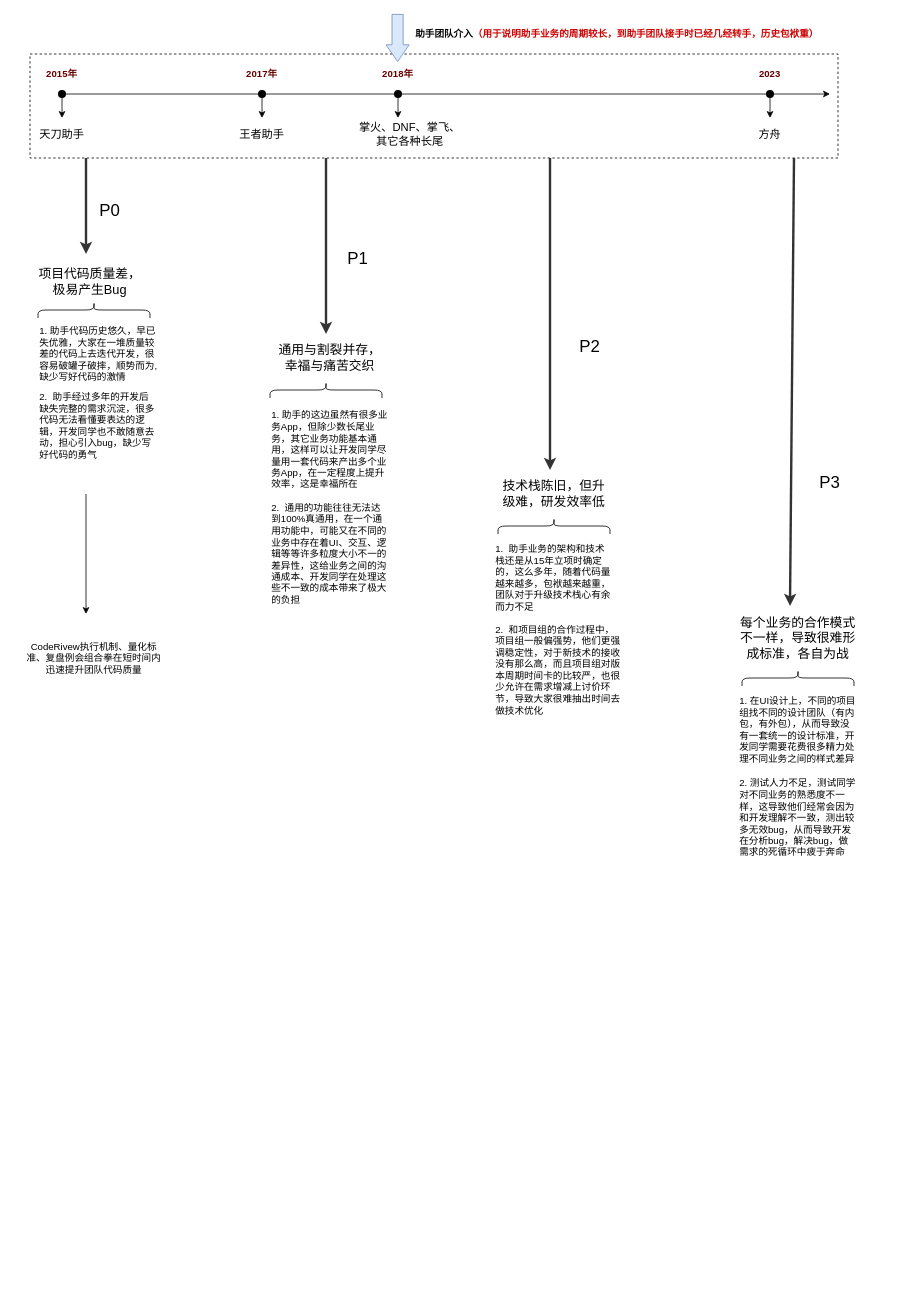
skindhu/9GAG keeps this draw.io diagram as 助手研效.drawio. Above is the earlier version. Source tidied: cells renumbered, new cells numbered last; positions are measured from the earlier drawing's top-left corner, leaving out a move shared by most shapes. Both pictures are drawn from the tidied source at 80%, with x=0, y=0 at pixel (22, 14).
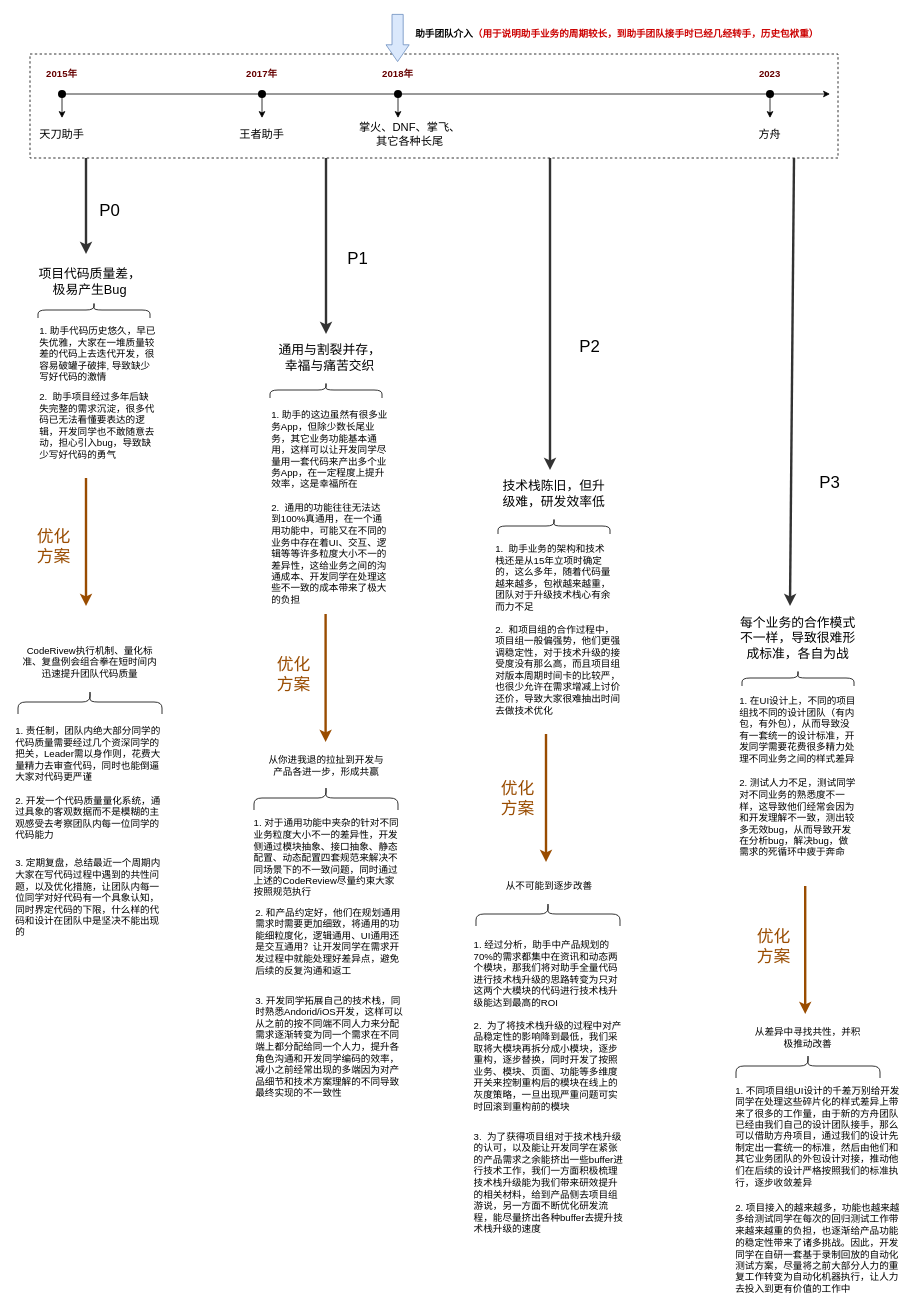
The same page after the edit.

Commit message:
更新助手研效.drawio

The edit, as a diff of the source:
```diff
@@
-    <mxCell id="26" value="1. 助手代码历史悠久，早已失优雅，大家在一堆质量较差的代码上去迭代开发，很容易破罐子破摔，顺势而为,缺少写好代码的激情" style="text;html=1;strokeColor=none;fillColor=none;align=left;verticalAlign=middle;whiteSpace=wrap;rounded=0;" parent="1" vertex="1">
+    <mxCell id="26" value="1. 助手代码历史悠久，早已失优雅，大家在一堆质量较差的代码上去迭代开发，很容易破罐子破摔, 导致缺少写好代码的激情" style="text;html=1;strokeColor=none;fillColor=none;align=left;verticalAlign=middle;whiteSpace=wrap;rounded=0;" parent="1" vertex="1">
       <mxGeometry x="20" y="410" width="150" height="30" as="geometry" />
     </mxCell>
-    <mxCell id="27" value="2.&amp;nbsp; 助手经过多年的开发后缺失完整的需求沉淀，很多代码无法看懂要表达的逻辑，开发同学也不敢随意去动，担心引入bug，缺少写好代码的勇气" style="text;html=1;strokeColor=none;fillColor=none;align=left;verticalAlign=middle;whiteSpace=wrap;rounded=0;" parent="1" vertex="1">
+    <mxCell id="27" value="2.&amp;nbsp; 助手项目经过多年后缺失完整的需求沉淀，很多代码已无法看懂要表达的逻辑，开发同学也不敢随意去动，担心引入bug，导致缺少写好代码的勇气" style="text;html=1;strokeColor=none;fillColor=none;align=left;verticalAlign=middle;whiteSpace=wrap;rounded=0;" parent="1" vertex="1">
       <mxGeometry x="20" y="500" width="150" height="30" as="geometry" />
     </mxCell>
@@
-    <mxCell id="39" value="2.&amp;nbsp; 和项目组的合作过程中，项目组一般偏强势，他们更强调稳定性，对于新技术的接收没有那么高，而且项目组对版本周期时间卡的比较严，也很少允许在需求增减上讨价环节，导致大家很难抽出时间去做技术优化" style="text;html=1;strokeColor=none;fillColor=none;align=left;verticalAlign=middle;whiteSpace=wrap;rounded=0;" parent="1" vertex="1">
+    <mxCell id="39" value="2.&amp;nbsp; 和项目组的合作过程中，项目组一般偏强势，他们更强调稳定性，对于技术升级的接受度没有那么高，而且项目组对版本周期时间卡的比较严，也很少允许在需求增减上讨价还价，导致大家很难抽出时间去做技术优化" style="text;html=1;strokeColor=none;fillColor=none;align=left;verticalAlign=middle;whiteSpace=wrap;rounded=0;" parent="1" vertex="1">
       <mxGeometry x="590" y="790" width="160" height="60" as="geometry" />
     </mxCell>
@@
     <mxCell id="46" value="CodeRivew执行机制、量化标准、复盘例会组合拳在短时间内迅速提升团队代码质量" style="text;html=1;strokeColor=none;fillColor=none;align=center;verticalAlign=middle;whiteSpace=wrap;rounded=0;" parent="1" vertex="1">
-      <mxGeometry y="740" width="180" height="130" as="geometry" />
+      <mxGeometry y="770" width="170" height="80" as="geometry" />
     </mxCell>
-    <mxCell id="47" style="endArrow=classic;html=1;rounded=0;" parent="1" edge="1">
-      <mxGeometry relative="1" as="geometry">
-        <mxPoint x="80" y="600" as="sourcePoint" />
-        <mxPoint x="80" y="750" as="targetPoint" />
-      </mxGeometry>
-    </mxCell>
+    <mxCell id="48" style="endArrow=classic;html=1;rounded=0;strokeWidth=3;strokeColor=#994C00;fontColor=#FF8000;" parent="1" edge="1">
+      <mxGeometry relative="1" as="geometry">
+        <mxPoint x="80" y="580" as="sourcePoint" />
+        <mxPoint x="80" y="740" as="targetPoint" />
+      </mxGeometry>
+    </mxCell>
+    <mxCell id="49" style="shape=curlyBracket;whiteSpace=wrap;html=1;rounded=1;flipH=1;labelPosition=right;verticalLabelPosition=middle;align=left;verticalAlign=middle;rotation=-90;" parent="1" vertex="1">
+      <mxGeometry x="70" y="770" width="30" height="180" as="geometry" />
+    </mxCell>
+    <mxCell id="50" value="1. 责任制，团队内绝大部分同学的代码质量需要经过几个资深同学的把关，Leader需以身作则，花费大量精力去审查代码，同时也能倒逼大家对代码更严谨" style="text;html=1;strokeColor=none;fillColor=none;align=left;verticalAlign=middle;whiteSpace=wrap;rounded=0;" parent="1" vertex="1">
+      <mxGeometry x="-10" y="910" width="190" height="30" as="geometry" />
+    </mxCell>
+    <mxCell id="51" value="2. 开发一个代码质量量化系统，通过具象的客观数据而不是模糊的主观感受去考察团队内每一位同学的代码能力" style="text;html=1;strokeColor=none;fillColor=none;align=left;verticalAlign=middle;whiteSpace=wrap;rounded=0;" parent="1" vertex="1">
+      <mxGeometry x="-10" y="990" width="190" height="30" as="geometry" />
+    </mxCell>
+    <mxCell id="52" value="3. 定期复盘，总结最近一个周期内大家在写代码过程中遇到的共性问题，以及优化措施，让团队内每一位同学对好代码有一个具象认知，同时界定代码的下限，什么样的代码和设计在团队中是坚决不能出现的" style="text;html=1;strokeColor=none;fillColor=none;align=left;verticalAlign=middle;whiteSpace=wrap;rounded=0;" parent="1" vertex="1">
+      <mxGeometry x="-10" y="1090" width="190" height="30" as="geometry" />
+    </mxCell>
+    <mxCell id="53" value="优化方案" style="text;html=1;strokeColor=none;fillColor=none;align=center;verticalAlign=middle;whiteSpace=wrap;rounded=0;strokeWidth=2;fontSize=21;fontColor=#994C00;" parent="1" vertex="1">
+      <mxGeometry x="10" y="650" width="60" height="30" as="geometry" />
+    </mxCell>
+    <mxCell id="54" style="endArrow=classic;html=1;rounded=0;strokeWidth=3;strokeColor=#994C00;fontColor=#FF8000;" parent="1" edge="1">
+      <mxGeometry relative="1" as="geometry">
+        <mxPoint x="379.5" y="750" as="sourcePoint" />
+        <mxPoint x="379.5" y="910" as="targetPoint" />
+      </mxGeometry>
+    </mxCell>
+    <mxCell id="55" value="优化方案" style="text;html=1;strokeColor=none;fillColor=none;align=center;verticalAlign=middle;whiteSpace=wrap;rounded=0;strokeWidth=2;fontSize=21;fontColor=#994C00;" parent="1" vertex="1">
+      <mxGeometry x="310" y="810" width="60" height="30" as="geometry" />
+    </mxCell>
+    <mxCell id="56" value="从你进我退的拉扯到开发与产品各进一步，形成共赢" style="text;html=1;strokeColor=none;fillColor=none;align=center;verticalAlign=middle;whiteSpace=wrap;rounded=0;" parent="1" vertex="1">
+      <mxGeometry x="302.5" y="920" width="155" height="40" as="geometry" />
+    </mxCell>
+    <mxCell id="57" style="shape=curlyBracket;whiteSpace=wrap;html=1;rounded=1;flipH=1;labelPosition=right;verticalLabelPosition=middle;align=left;verticalAlign=middle;rotation=-90;" parent="1" vertex="1">
+      <mxGeometry x="365" y="890" width="30" height="180" as="geometry" />
+    </mxCell>
+    <mxCell id="58" value="1. 对于通用功能中夹杂的针对不同业务粒度大小不一的差异性，开发侧通过模块抽象、接口抽象、静态配置、动态配置四套规范来解决不同场景下的不一致问题，同时通过上述的CodeReview尽量约束大家按照规范执行" style="text;html=1;strokeColor=none;fillColor=none;align=left;verticalAlign=middle;whiteSpace=wrap;rounded=0;" parent="1" vertex="1">
+      <mxGeometry x="287.5" y="1040" width="190" height="30" as="geometry" />
+    </mxCell>
+    <mxCell id="59" value="2. 和产品约定好，他们在规划通用需求时需要更加细致，将通用的功能细粒度化，逻辑通用、UI通用还是交互通用？让开发同学在需求开发过程中就能处理好差异点，避免后续的反复沟通和返工" style="text;html=1;strokeColor=none;fillColor=none;align=left;verticalAlign=top;whiteSpace=wrap;rounded=0;" parent="1" vertex="1">
+      <mxGeometry x="290" y="1110" width="190" height="30" as="geometry" />
+    </mxCell>
+    <mxCell id="60" value="3. 开发同学拓展自己的技术栈，同时熟悉Andorid/iOS开发，这样可以从之前的按不同端不同人力来分配需求逐渐转变为同一个需求在不同端上都分配给同一个人力，提升各角色沟通和开发同学编码的效率，减小之前经常出现的多端因为对产品细节和技术方案理解的不同导致最终实现的不一致性" style="text;html=1;strokeColor=none;fillColor=none;align=left;verticalAlign=top;whiteSpace=wrap;rounded=0;" parent="1" vertex="1">
+      <mxGeometry x="290" y="1220" width="190" height="30" as="geometry" />
+    </mxCell>
+    <mxCell id="61" style="endArrow=classic;html=1;rounded=0;strokeWidth=3;strokeColor=#994C00;fontColor=#FF8000;" parent="1" edge="1">
+      <mxGeometry relative="1" as="geometry">
+        <mxPoint x="655" y="900" as="sourcePoint" />
+        <mxPoint x="655" y="1060" as="targetPoint" />
+      </mxGeometry>
+    </mxCell>
+    <mxCell id="62" value="优化方案" style="text;html=1;strokeColor=none;fillColor=none;align=center;verticalAlign=middle;whiteSpace=wrap;rounded=0;strokeWidth=2;fontSize=21;fontColor=#994C00;" parent="1" vertex="1">
+      <mxGeometry x="590" y="965" width="60" height="30" as="geometry" />
+    </mxCell>
+    <mxCell id="63" value="&amp;nbsp;从不可能到逐步改善" style="text;html=1;strokeColor=none;fillColor=none;align=center;verticalAlign=middle;whiteSpace=wrap;rounded=0;" parent="1" vertex="1">
+      <mxGeometry x="590" y="1070" width="135" height="40" as="geometry" />
+    </mxCell>
+    <mxCell id="64" style="shape=curlyBracket;whiteSpace=wrap;html=1;rounded=1;flipH=1;labelPosition=right;verticalLabelPosition=middle;align=left;verticalAlign=middle;rotation=-90;" parent="1" vertex="1">
+      <mxGeometry x="642.5" y="1035" width="30" height="180" as="geometry" />
+    </mxCell>
+    <mxCell id="65" value="1. 经过分析，助手中产品规划的70%的需求都集中在资讯和动态两个模块，那我们将对助手全量代码进行技术栈升级的思路转变为只对这两个大模块的代码进行技术栈升级能达到最高的ROI" style="text;html=1;strokeColor=none;fillColor=none;align=left;verticalAlign=middle;whiteSpace=wrap;rounded=0;" parent="1" vertex="1">
+      <mxGeometry x="562.5" y="1185" width="190" height="30" as="geometry" />
+    </mxCell>
+    <mxCell id="66" value="2.&amp;nbsp; 为了将技术栈升级的过程中对产品稳定性的影响降到最低，我们采取将大模块再拆分成小模块，逐步重构，逐步替换，同时开发了按照业务、模块、页面、功能等多维度开关来控制重构后的模块在线上的灰度策略，一旦出现严重问题可实时回滚到重构前的模块" style="text;html=1;strokeColor=none;fillColor=none;align=left;verticalAlign=middle;whiteSpace=wrap;rounded=0;" parent="1" vertex="1">
+      <mxGeometry x="562.5" y="1300" width="190" height="30" as="geometry" />
+    </mxCell>
+    <mxCell id="67" value="3.&amp;nbsp; 为了获得项目组对于技术栈升级的认可，以及能让开发同学在紧张的产品需求之余能挤出一些buffer进行技术工作，我们一方面积极梳理技术栈升级能为我们带来研效提升的相关材料，给到产品侧去项目组游说，另一方面不断优化研发流程，能尽量挤出各种buffer去提升技术栈升级的速度" style="text;html=1;strokeColor=none;fillColor=none;align=left;verticalAlign=top;whiteSpace=wrap;rounded=0;" parent="1" vertex="1">
+      <mxGeometry x="562.5" y="1390" width="190" height="30" as="geometry" />
+    </mxCell>
+    <mxCell id="68" style="endArrow=classic;html=1;rounded=0;strokeWidth=3;strokeColor=#994C00;fontColor=#FF8000;" parent="1" edge="1">
+      <mxGeometry relative="1" as="geometry">
+        <mxPoint x="979" y="1090" as="sourcePoint" />
+        <mxPoint x="979" y="1250" as="targetPoint" />
+      </mxGeometry>
+    </mxCell>
+    <mxCell id="69" value="优化方案" style="text;html=1;strokeColor=none;fillColor=none;align=center;verticalAlign=middle;whiteSpace=wrap;rounded=0;strokeWidth=2;fontSize=21;fontColor=#994C00;" parent="1" vertex="1">
+      <mxGeometry x="910" y="1150" width="60" height="30" as="geometry" />
+    </mxCell>
+    <mxCell id="70" value="从差异中寻找共性，并积极推动改善" style="text;html=1;strokeColor=none;fillColor=none;align=center;verticalAlign=middle;whiteSpace=wrap;rounded=0;" parent="1" vertex="1">
+      <mxGeometry x="915" y="1260" width="135" height="40" as="geometry" />
+    </mxCell>
+    <mxCell id="71" style="shape=curlyBracket;whiteSpace=wrap;html=1;rounded=1;flipH=1;labelPosition=right;verticalLabelPosition=middle;align=left;verticalAlign=middle;rotation=-90;" parent="1" vertex="1">
+      <mxGeometry x="967.5" y="1225" width="30" height="180" as="geometry" />
+    </mxCell>
+    <mxCell id="72" value="1. 不同项目组UI设计的千差万别给开发同学在处理这些碎片化的样式差异上带来了很多的工作量，由于新的方舟团队已经由我们自己的设计团队接手，那么可以借助方舟项目，通过我们的设计先制定出一套统一的标准，然后由他们和其它业务团队的外包设计对接，推动他们在后续的设计严格按照我们的标准执行，逐步收敛差异" style="text;html=1;strokeColor=none;fillColor=none;align=left;verticalAlign=middle;whiteSpace=wrap;rounded=0;" parent="1" vertex="1">
+      <mxGeometry x="890" y="1370" width="215" height="65" as="geometry" />
+    </mxCell>
+    <mxCell id="73" value="2. 项目接入的越来越多，功能也越来越多给测试同学在每次的回归测试工作带来越来越重的负担，也逐渐给产品功能的稳定性带来了诸多挑战。因此，开发同学在自研一套基于录制回放的自动化测试方案，尽量将之前大部分人力的重复工作转变为自动化机器执行，让人力去投入到更有价值的工作中" style="text;html=1;strokeColor=none;fillColor=none;align=left;verticalAlign=middle;whiteSpace=wrap;rounded=0;" parent="1" vertex="1">
+      <mxGeometry x="890" y="1510" width="215" height="65" as="geometry" />
+    </mxCell>
```
